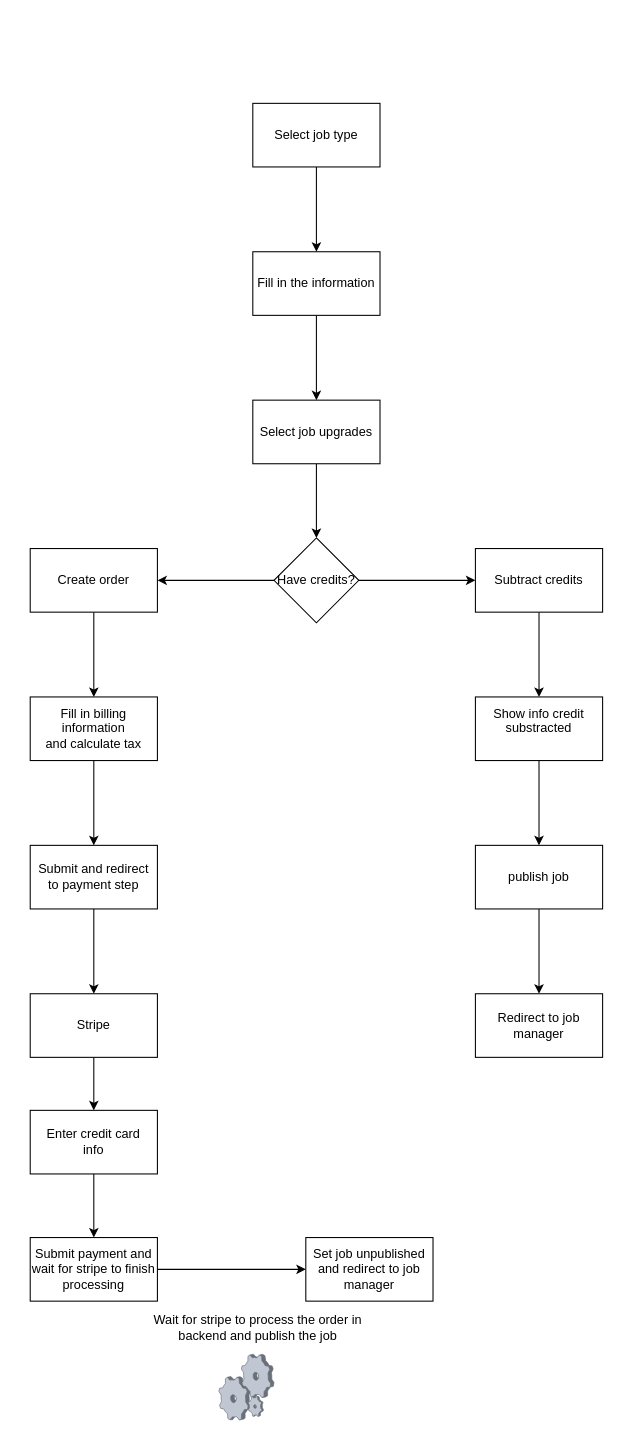
Before: old_checkout.drawio in alesbencina/ad_challenge, a draw.io diagram. Source tidied: cells renumbered, new cells numbered last; positions are measured from the earlier drawing's top-left corner, leaving out a move shared by most shapes. Both pictures are drawn from the tidied source at 106%, with x=0, y=0 at pixel (30, 103).
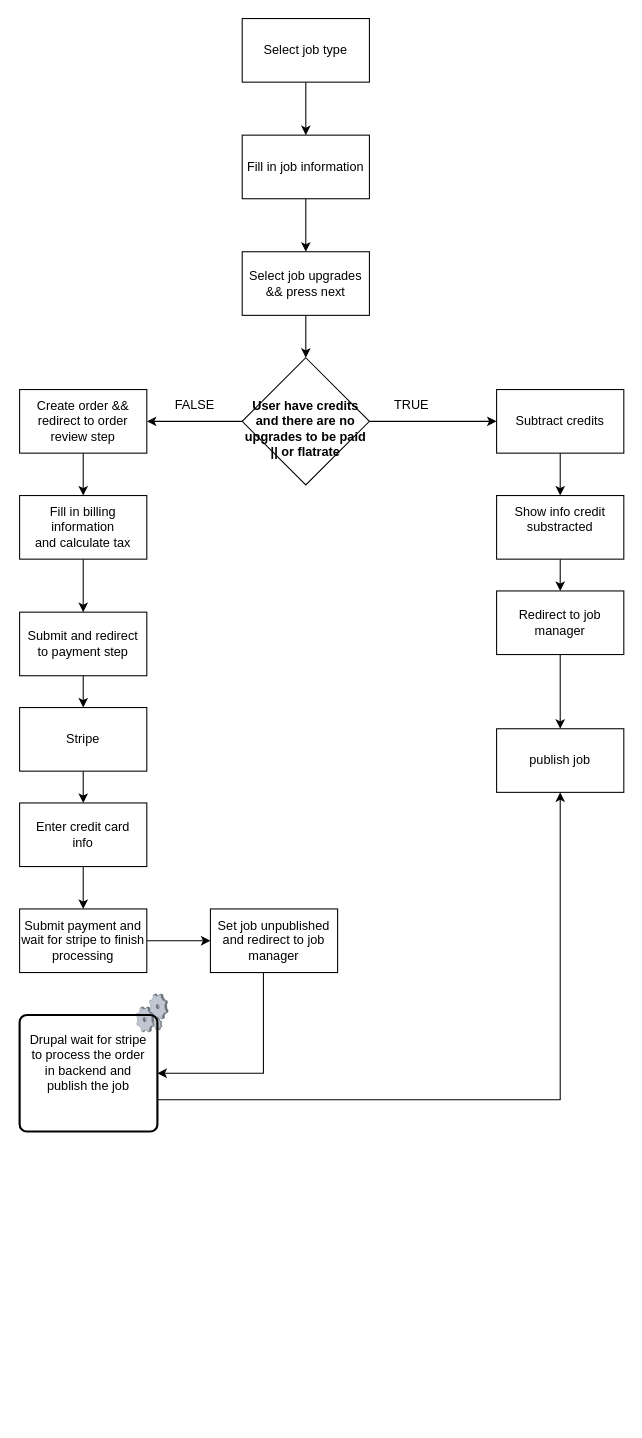
The same page after the edit.

Diff of the diagram source:
```diff
@@
     <mxCell id="3" value="Select job type" style="rounded=0;whiteSpace=wrap;html=1;" parent="1" vertex="1">
-      <mxGeometry x="210" width="120" height="60" as="geometry" />
+      <mxGeometry x="200" y="-80" width="120" height="60" as="geometry" />
     </mxCell>
@@
-    <mxCell id="5" value="Fill in the information" style="whiteSpace=wrap;html=1;rounded=0;" parent="1" vertex="1">
-      <mxGeometry x="210" y="140" width="120" height="60" as="geometry" />
+    <mxCell id="5" value="Fill in job information" style="whiteSpace=wrap;html=1;rounded=0;" parent="1" vertex="1">
+      <mxGeometry x="200" y="30" width="120" height="60" as="geometry" />
     </mxCell>
@@
-    <mxCell id="7" value="Select job upgrades" style="whiteSpace=wrap;html=1;rounded=0;" parent="1" vertex="1">
-      <mxGeometry x="210" y="280" width="120" height="60" as="geometry" />
+    <mxCell id="7" value="Select job upgrades &amp;amp;&amp;amp; press next" style="whiteSpace=wrap;html=1;rounded=0;" parent="1" vertex="1">
+      <mxGeometry x="200" y="140" width="120" height="60" as="geometry" />
     </mxCell>
@@
-    <mxCell id="10" value="Have credits?" style="rhombus;whiteSpace=wrap;html=1;rounded=0;" parent="1" vertex="1">
-      <mxGeometry x="230" y="410" width="80" height="80" as="geometry" />
+    <mxCell id="10" value="&lt;b&gt;&lt;br&gt;User have credits and there are no upgrades to be paid || or flatrate&lt;br&gt;&lt;/b&gt;" style="rhombus;whiteSpace=wrap;html=1;rounded=0;" parent="1" vertex="1">
+      <mxGeometry x="200" y="240" width="120" height="120" as="geometry" />
     </mxCell>
@@
     <mxCell id="12" value="Subtract credits" style="whiteSpace=wrap;html=1;rounded=0;" parent="1" vertex="1">
-      <mxGeometry x="420" y="420" width="120" height="60" as="geometry" />
+      <mxGeometry x="440" y="270" width="120" height="60" as="geometry" />
     </mxCell>
@@
-    <mxCell id="14" value="Create order" style="whiteSpace=wrap;html=1;rounded=0;" parent="1" vertex="1">
-      <mxGeometry y="420" width="120" height="60" as="geometry" />
+    <mxCell id="14" value="Create order &amp;amp;&amp;amp; redirect to order review step" style="whiteSpace=wrap;html=1;rounded=0;" parent="1" vertex="1">
+      <mxGeometry x="-10" y="270" width="120" height="60" as="geometry" />
     </mxCell>
@@
     <mxCell id="16" value="Fill in billing information&lt;br&gt;and calculate tax" style="whiteSpace=wrap;html=1;rounded=0;" parent="1" vertex="1">
-      <mxGeometry y="560" width="120" height="60" as="geometry" />
+      <mxGeometry x="-10" y="370" width="120" height="60" as="geometry" />
     </mxCell>
@@
     <mxCell id="18" value="Submit and redirect&lt;br&gt;to payment step" style="whiteSpace=wrap;html=1;rounded=0;" parent="1" vertex="1">
-      <mxGeometry y="700" width="120" height="60" as="geometry" />
+      <mxGeometry x="-10" y="480" width="120" height="60" as="geometry" />
     </mxCell>
@@
     <mxCell id="20" value="Stripe" style="whiteSpace=wrap;html=1;rounded=0;" parent="1" vertex="1">
-      <mxGeometry y="840" width="120" height="60" as="geometry" />
+      <mxGeometry x="-10" y="570" width="120" height="60" as="geometry" />
     </mxCell>
@@
     <mxCell id="22" value="Enter credit card &lt;br&gt;info" style="whiteSpace=wrap;html=1;rounded=0;" parent="1" vertex="1">
-      <mxGeometry y="950" width="120" height="60" as="geometry" />
+      <mxGeometry x="-10" y="660" width="120" height="60" as="geometry" />
     </mxCell>
@@
     <mxCell id="24" value="Submit payment and&lt;br&gt;wait for stripe to finish&lt;br&gt;processing" style="whiteSpace=wrap;html=1;rounded=0;" parent="1" vertex="1">
-      <mxGeometry y="1070" width="120" height="60" as="geometry" />
+      <mxGeometry x="-10" y="760" width="120" height="60" as="geometry" />
     </mxCell>
+    <mxCell id="33" style="edgeStyle=orthogonalEdgeStyle;rounded=0;jettySize=auto;html=1;entryX=1;entryY=0.5;entryDx=0;entryDy=0;" parent="1" edge="1" source="25" target="38">
+      <mxGeometry relative="1" as="geometry">
+        <Array as="points">
+          <mxPoint x="220" y="915" />
+        </Array>
+      </mxGeometry>
+    </mxCell>
     <mxCell id="25" value="Set job unpublished and redirect to job manager" style="whiteSpace=wrap;html=1;rounded=0;" parent="1" vertex="1">
-      <mxGeometry x="260" y="1070" width="120" height="60" as="geometry" />
+      <mxGeometry x="170" y="760" width="120" height="60" as="geometry" />
     </mxCell>
-    <mxCell id="26" style="edgeStyle=orthogonalEdgeStyle;rounded=0;jettySize=auto;html=1;" parent="1" edge="1" source="27" target="29">
-      <mxGeometry relative="1" as="geometry" />
-    </mxCell>
+    <mxCell id="34" style="edgeStyle=orthogonalEdgeStyle;rounded=0;jettySize=auto;html=1;" parent="1" edge="1" source="27" target="32">
+      <mxGeometry relative="1" as="geometry" />
+    </mxCell>
     <mxCell id="27" value="&lt;div&gt;Show info credit substracted&lt;/div&gt;&lt;div&gt;&lt;br&gt;&lt;/div&gt;" style="whiteSpace=wrap;html=1;rounded=0;" parent="1" vertex="1">
-      <mxGeometry x="420" y="560" width="120" height="60" as="geometry" />
+      <mxGeometry x="440" y="370" width="120" height="60" as="geometry" />
     </mxCell>
-    <mxCell id="28" style="edgeStyle=orthogonalEdgeStyle;rounded=0;jettySize=auto;html=1;" parent="1" edge="1" source="29" target="32">
-      <mxGeometry relative="1" as="geometry" />
-    </mxCell>
     <mxCell id="29" value="publish job" style="whiteSpace=wrap;html=1;rounded=0;" parent="1" vertex="1">
-      <mxGeometry x="420" y="700" width="120" height="60" as="geometry" />
+      <mxGeometry x="440" y="590" width="120" height="60" as="geometry" />
     </mxCell>
     <mxCell id="30" style="verticalLabelPosition=bottom;sketch=0;html=1;verticalAlign=top;strokeColor=none;align=center;shape=mxgraph.citrix.process;" parent="1" vertex="1">
-      <mxGeometry x="178" y="1180" width="52" height="62" as="geometry" />
+      <mxGeometry x="100" y="840" width="30.2" height="36" as="geometry" />
     </mxCell>
-    <mxCell id="31" value="Wait for stripe to process the order in backend and publish the job" style="text;html=1;strokeColor=none;fillColor=none;align=center;verticalAlign=middle;whiteSpace=wrap;rounded=0;" parent="1" vertex="1">
-      <mxGeometry x="110" y="1140" width="210" height="30" as="geometry" />
+    <mxCell id="31" value="Drupal wait for stripe to process the order in backend and publish the job" style="text;html=1;strokeColor=none;fillColor=none;align=center;verticalAlign=middle;whiteSpace=wrap;rounded=0;" parent="1" vertex="1">
+      <mxGeometry x="-5" y="890" width="120" height="30" as="geometry" />
     </mxCell>
+    <mxCell id="35" value="TRUE" style="text;html=1;strokeColor=none;fillColor=none;align=center;verticalAlign=middle;whiteSpace=wrap;rounded=0;" parent="1" vertex="1">
+      <mxGeometry x="330" y="270" width="60" height="30" as="geometry" />
+    </mxCell>
+    <mxCell id="36" value="FALSE" style="text;html=1;align=center;verticalAlign=middle;strokeColor=none;fillColor=none;" parent="1" vertex="1">
+      <mxGeometry x="130.2" y="275" width="50" height="20" as="geometry" />
+    </mxCell>
+    <mxCell id="37" style="edgeStyle=orthogonalEdgeStyle;rounded=0;jettySize=auto;html=1;entryX=0.5;entryY=1;entryDx=0;entryDy=0;" parent="1" edge="1" source="38" target="29">
+      <mxGeometry relative="1" as="geometry">
+        <Array as="points">
+          <mxPoint x="500" y="940" />
+        </Array>
+      </mxGeometry>
+    </mxCell>
+    <mxCell id="38" style="rounded=1;whiteSpace=wrap;html=1;absoluteArcSize=1;arcSize=14;strokeWidth=2;fillColor=none;" parent="1" vertex="1">
+      <mxGeometry x="-10" y="860" width="130" height="110" as="geometry" />
+    </mxCell>
+    <mxCell id="39" style="edgeStyle=orthogonalEdgeStyle;rounded=0;jettySize=auto;html=1;" parent="1" edge="1" source="32" target="29">
+      <mxGeometry relative="1" as="geometry" />
+    </mxCell>
     <mxCell id="32" value="Redirect to job manager" style="whiteSpace=wrap;html=1;rounded=0;" parent="1" vertex="1">
-      <mxGeometry x="420" y="840" width="120" height="60" as="geometry" />
+      <mxGeometry x="440" y="460" width="120" height="60" as="geometry" />
     </mxCell>
```
